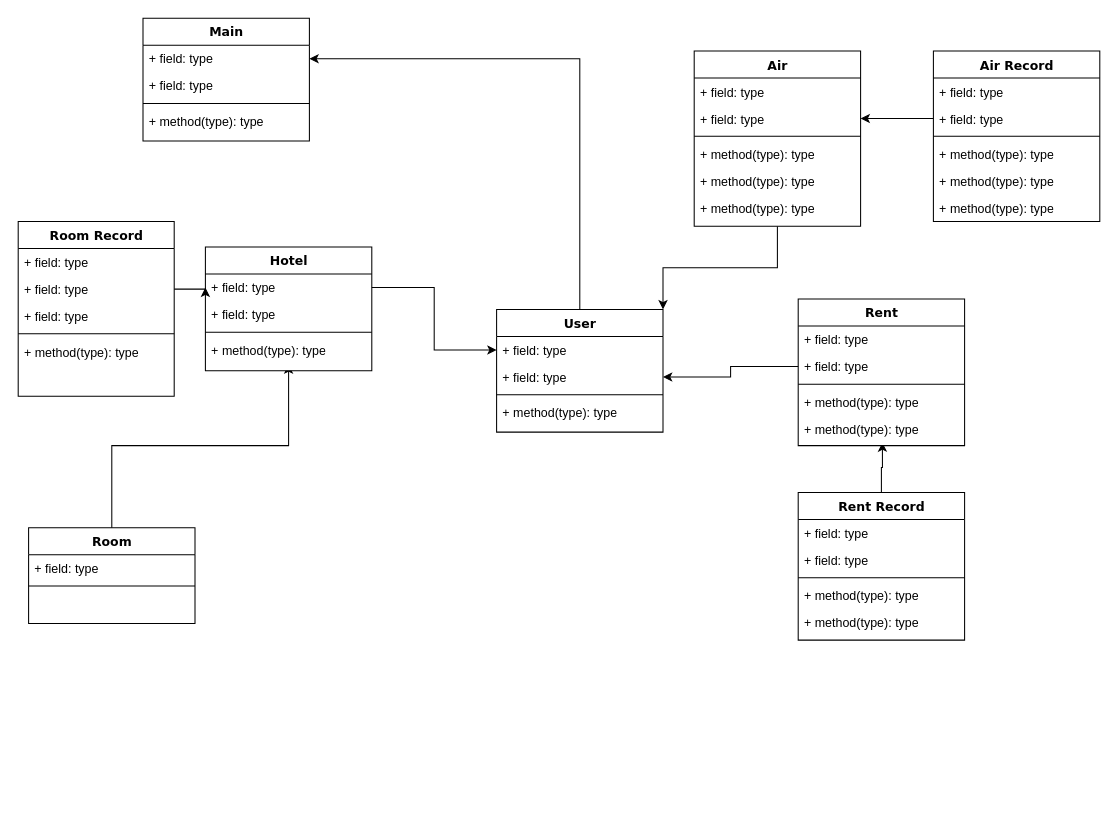
Above: 제목 없는 다이어그램.drawio in yunheeversal/Study (draw.io), before the change. Source tidied: cells renumbered, new cells numbered last; positions are measured from the earlier drawing's top-left corner, leaving out a move shared by most shapes. Both pictures are drawn from the tidied source at 104%, with x=0, y=0 at pixel (18, 18).
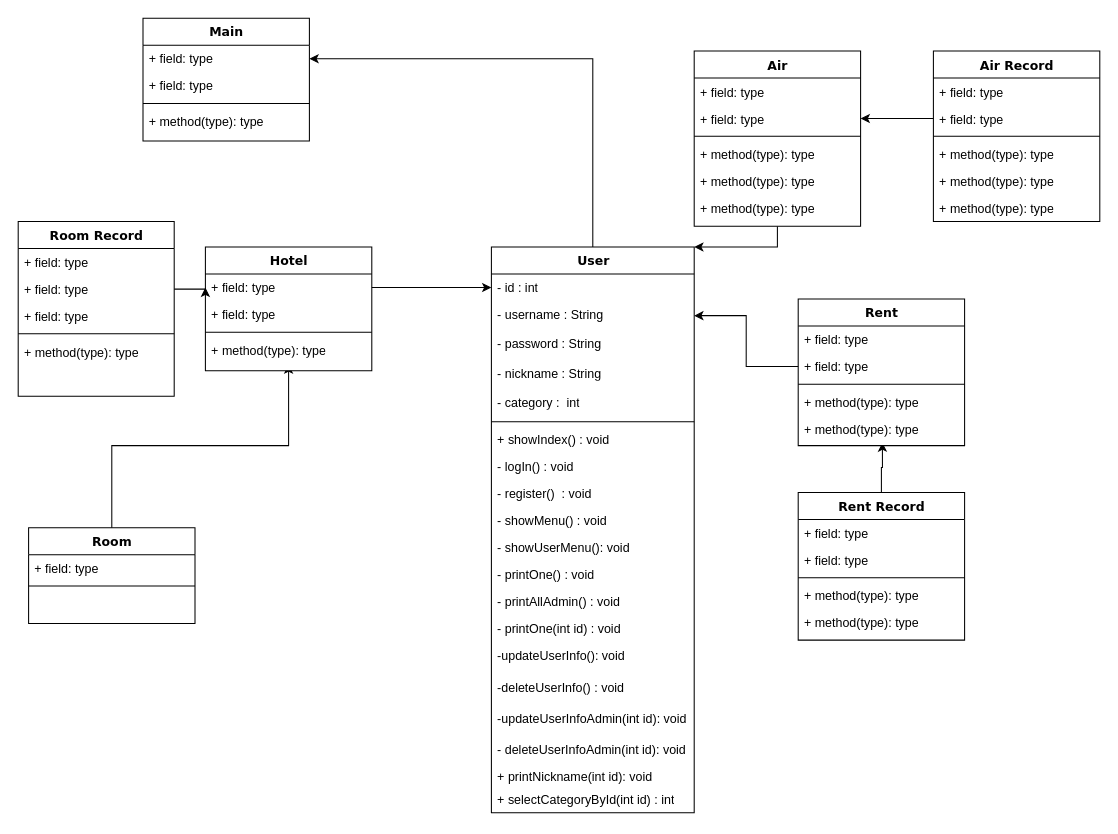
The same page after the edit.

Commit message:
제목 없는 다이어그램.drawio 업데이트

Diff of the diagram source:
```diff
@@
     <mxCell id="9" value="User" style="swimlane;html=1;fontStyle=1;align=center;verticalAlign=top;horizontal=1;startSize=26;swimlaneFillColor=#ffffff;rounded=0;shadow=0;comic=0;labelBackgroundColor=none;strokeWidth=1;fillColor=none;fontFamily=Verdana;fontSize=12;" parent="1" vertex="1">
-      <mxGeometry x="460" y="280" width="160" height="118" as="geometry" />
+      <mxGeometry x="455" y="220" width="195" height="544" as="geometry" />
     </mxCell>
-    <mxCell id="10" value="+ field: type" style="text;html=1;strokeColor=none;fillColor=none;align=left;verticalAlign=top;spacingLeft=4;spacingRight=4;whiteSpace=wrap;overflow=hidden;points=[[0,0.5],[1,0.5]];portConstraint=eastwest;" parent="9" vertex="1">
-      <mxGeometry y="26" width="160" height="26" as="geometry" />
+    <mxCell id="10" value="- id : int" style="text;html=1;strokeColor=none;fillColor=none;align=left;verticalAlign=top;spacingLeft=4;spacingRight=4;whiteSpace=wrap;overflow=hidden;points=[[0,0.5],[1,0.5]];portConstraint=eastwest;" parent="9" vertex="1">
+      <mxGeometry y="26" width="195" height="26" as="geometry" />
     </mxCell>
-    <mxCell id="11" value="+ field: type" style="text;html=1;strokeColor=none;fillColor=none;align=left;verticalAlign=top;spacingLeft=4;spacingRight=4;whiteSpace=wrap;overflow=hidden;points=[[0,0.5],[1,0.5]];portConstraint=eastwest;" parent="9" vertex="1">
-      <mxGeometry y="52" width="160" height="26" as="geometry" />
+    <mxCell id="11" value="- username :&amp;nbsp;String&lt;br&gt;&lt;br&gt;" style="text;html=1;strokeColor=none;fillColor=none;align=left;verticalAlign=top;spacingLeft=4;spacingRight=4;whiteSpace=wrap;overflow=hidden;points=[[0,0.5],[1,0.5]];portConstraint=eastwest;" parent="9" vertex="1">
+      <mxGeometry y="52" width="195" height="28" as="geometry" />
     </mxCell>
+    <mxCell id="60" value="- password :&amp;nbsp;String" style="text;html=1;strokeColor=none;fillColor=none;align=left;verticalAlign=top;spacingLeft=4;spacingRight=4;whiteSpace=wrap;overflow=hidden;" parent="9" vertex="1">
+      <mxGeometry y="80" width="195" height="28" as="geometry" />
+    </mxCell>
+    <mxCell id="61" value="- nickname :&amp;nbsp;String&lt;span style=&quot;white-space: pre&quot;&gt; &lt;/span&gt;&lt;span style=&quot;white-space: pre&quot;&gt; &lt;/span&gt;" style="text;html=1;strokeColor=none;fillColor=none;align=left;verticalAlign=top;spacingLeft=4;spacingRight=4;whiteSpace=wrap;overflow=hidden;" parent="9" vertex="1">
+      <mxGeometry y="108" width="195" height="28" as="geometry" />
+    </mxCell>
+    <mxCell id="62" value="- category :&amp;nbsp; int" style="text;html=1;strokeColor=none;fillColor=none;align=left;verticalAlign=top;spacingLeft=4;spacingRight=4;whiteSpace=wrap;overflow=hidden;" parent="9" vertex="1">
+      <mxGeometry y="136" width="195" height="28" as="geometry" />
+    </mxCell>
     <mxCell id="12" style="line;html=1;strokeWidth=1;fillColor=none;align=left;verticalAlign=middle;spacingTop=-1;spacingLeft=3;spacingRight=3;labelPosition=right;" parent="9" vertex="1">
-      <mxGeometry y="78" width="160" height="8" as="geometry" />
+      <mxGeometry y="164" width="195" height="8" as="geometry" />
     </mxCell>
-    <mxCell id="13" value="+ method(type): type" style="text;html=1;strokeColor=none;fillColor=none;align=left;verticalAlign=top;spacingLeft=4;spacingRight=4;whiteSpace=wrap;overflow=hidden;" parent="9" vertex="1">
-      <mxGeometry y="86" width="160" height="26" as="geometry" />
+    <mxCell id="13" value="+ showIndex() : void" style="text;html=1;strokeColor=none;fillColor=none;align=left;verticalAlign=top;spacingLeft=4;spacingRight=4;whiteSpace=wrap;overflow=hidden;" parent="9" vertex="1">
+      <mxGeometry y="172" width="195" height="26" as="geometry" />
     </mxCell>
+    <mxCell id="63" value="-&amp;nbsp;logIn() : void" style="text;html=1;strokeColor=none;fillColor=none;align=left;verticalAlign=top;spacingLeft=4;spacingRight=4;whiteSpace=wrap;overflow=hidden;" parent="9" vertex="1">
+      <mxGeometry y="198" width="195" height="26" as="geometry" />
+    </mxCell>
+    <mxCell id="64" value="-&amp;nbsp;register()&amp;nbsp; : void" style="text;html=1;strokeColor=none;fillColor=none;align=left;verticalAlign=top;spacingLeft=4;spacingRight=4;whiteSpace=wrap;overflow=hidden;" parent="9" vertex="1">
+      <mxGeometry y="224" width="195" height="26" as="geometry" />
+    </mxCell>
+    <mxCell id="65" value="-&amp;nbsp;showMenu() : void" style="text;html=1;strokeColor=none;fillColor=none;align=left;verticalAlign=top;spacingLeft=4;spacingRight=4;whiteSpace=wrap;overflow=hidden;" parent="9" vertex="1">
+      <mxGeometry y="250" width="195" height="26" as="geometry" />
+    </mxCell>
+    <mxCell id="66" value="-&amp;nbsp;showUserMenu(): void" style="text;html=1;strokeColor=none;fillColor=none;align=left;verticalAlign=top;spacingLeft=4;spacingRight=4;whiteSpace=wrap;overflow=hidden;" parent="9" vertex="1">
+      <mxGeometry y="276" width="195" height="26" as="geometry" />
+    </mxCell>
+    <mxCell id="67" value="-&amp;nbsp;printOne() : void" style="text;html=1;strokeColor=none;fillColor=none;align=left;verticalAlign=top;spacingLeft=4;spacingRight=4;whiteSpace=wrap;overflow=hidden;" parent="9" vertex="1">
+      <mxGeometry y="302" width="195" height="26" as="geometry" />
+    </mxCell>
+    <mxCell id="68" value="-&amp;nbsp;printAllAdmin() : void" style="text;html=1;strokeColor=none;fillColor=none;align=left;verticalAlign=top;spacingLeft=4;spacingRight=4;whiteSpace=wrap;overflow=hidden;" parent="9" vertex="1">
+      <mxGeometry y="328" width="195" height="26" as="geometry" />
+    </mxCell>
+    <mxCell id="69" value="-&amp;nbsp;printOne(int id) : void" style="text;html=1;strokeColor=none;fillColor=none;align=left;verticalAlign=top;spacingLeft=4;spacingRight=4;whiteSpace=wrap;overflow=hidden;" parent="9" vertex="1">
+      <mxGeometry y="354" width="195" height="26" as="geometry" />
+    </mxCell>
+    <mxCell id="70" value="-updateUserInfo(): void" style="text;html=1;strokeColor=none;fillColor=none;align=left;verticalAlign=top;spacingLeft=4;spacingRight=4;whiteSpace=wrap;overflow=hidden;" parent="9" vertex="1">
+      <mxGeometry y="380" width="195" height="30" as="geometry" />
+    </mxCell>
+    <mxCell id="71" value="-deleteUserInfo() : void" style="text;html=1;strokeColor=none;fillColor=none;align=left;verticalAlign=top;spacingLeft=4;spacingRight=4;whiteSpace=wrap;overflow=hidden;" parent="9" vertex="1">
+      <mxGeometry y="410" width="195" height="30" as="geometry" />
+    </mxCell>
+    <mxCell id="72" value="-updateUserInfoAdmin(int id): void" style="text;html=1;strokeColor=none;fillColor=none;align=left;verticalAlign=top;spacingLeft=4;spacingRight=4;whiteSpace=wrap;overflow=hidden;" parent="9" vertex="1">
+      <mxGeometry y="440" width="195" height="30" as="geometry" />
+    </mxCell>
+    <mxCell id="73" value="-&amp;nbsp;deleteUserInfoAdmin(int id): void" style="text;html=1;strokeColor=none;fillColor=none;align=left;verticalAlign=top;spacingLeft=4;spacingRight=4;whiteSpace=wrap;overflow=hidden;" parent="9" vertex="1">
+      <mxGeometry y="470" width="195" height="26" as="geometry" />
+    </mxCell>
+    <mxCell id="74" value="+ printNickname(int id): void" style="text;html=1;strokeColor=none;fillColor=none;align=left;verticalAlign=top;spacingLeft=4;spacingRight=4;whiteSpace=wrap;overflow=hidden;" parent="9" vertex="1">
+      <mxGeometry y="496" width="195" height="26" as="geometry" />
+    </mxCell>
@@
+    <mxCell id="75" value="+&amp;nbsp;selectCategoryById(int id) : int" style="text;html=1;strokeColor=none;fillColor=none;align=left;verticalAlign=top;spacingLeft=4;spacingRight=4;whiteSpace=wrap;overflow=hidden;" parent="1" vertex="1">
+      <mxGeometry x="455" y="738" width="195" height="26" as="geometry" />
+    </mxCell>
```
